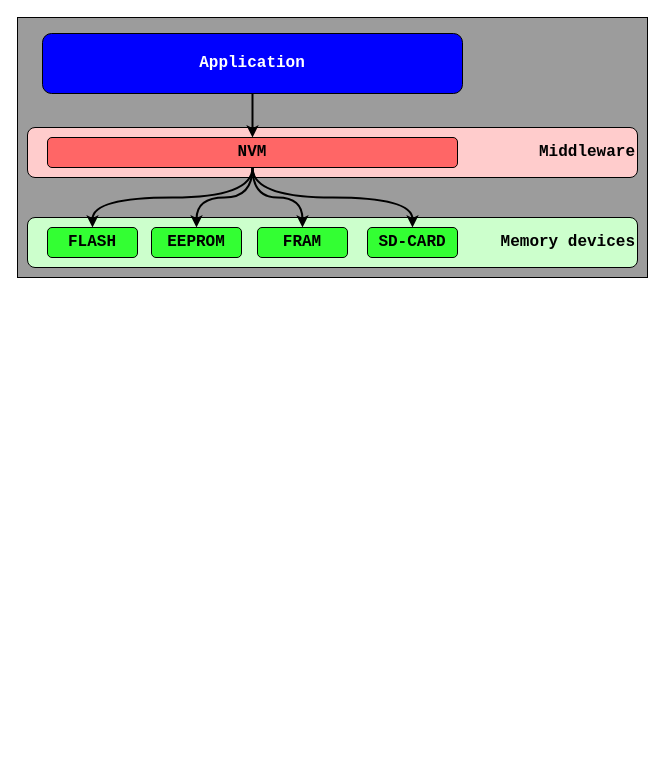
The draw.io diagram doc/nvm_diagrams.drawio in GeneralEmbeddedCLibraries/nvm, before the edit. Source tidied: cells renumbered, new cells numbered last; positions are measured from the earlier drawing's top-left corner, leaving out a move shared by most shapes. Both pictures are drawn from the tidied source at 100%, with x=0, y=0 at pixel (17, 17).
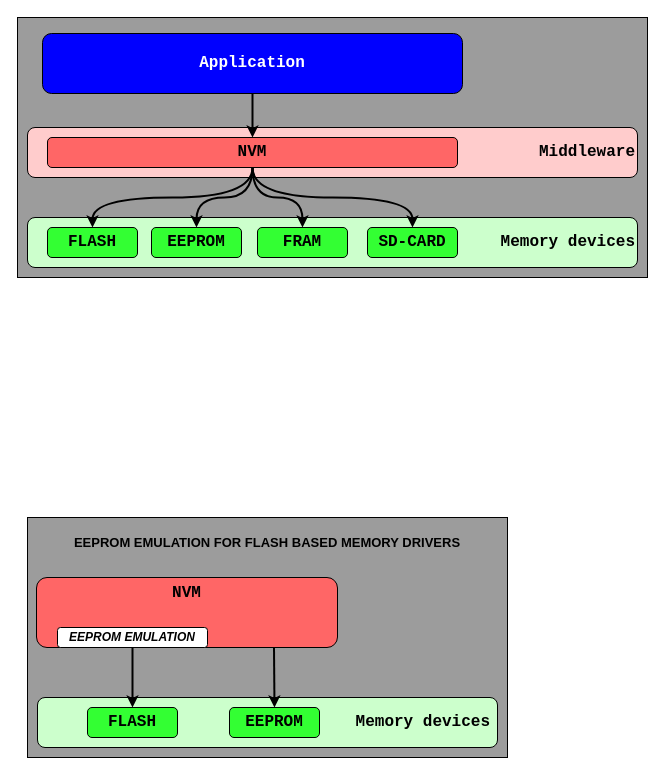
The same page after the edit.

Commit message (it also covers changes not shown here):
- updated readme - edded eeprom emulation technique to diagrams

What changed in the source:
```diff
@@
+    <mxCell id="18" style="group;" parent="1" vertex="1">
+      <mxGeometry x="10" y="500" width="480" height="240" as="geometry" />
+    </mxCell>
+    <mxCell id="19" style="rounded=0;whiteSpace=wrap;html=1;fontFamily=Courier New;fontSize=16;fontColor=#000000;fillColor=#9C9C9C;" parent="18" vertex="1">
+      <mxGeometry width="480" height="240" as="geometry" />
+    </mxCell>
+    <mxCell id="20" style="rounded=1;whiteSpace=wrap;html=1;fillColor=#CCFFCC;fontColor=#000000;fontStyle=1;fontFamily=Courier New;fontSize=16;" parent="18" vertex="1">
+      <mxGeometry x="10" y="180" width="460" height="50" as="geometry" />
+    </mxCell>
+    <mxCell id="21" value="NVM" style="rounded=1;whiteSpace=wrap;html=1;fillColor=#FF6666;fontColor=#000000;fontStyle=1;fontFamily=Courier New;fontSize=16;verticalAlign=top;" parent="18" vertex="1">
+      <mxGeometry x="9" y="60" width="301" height="70" as="geometry" />
+    </mxCell>
+    <mxCell id="22" value="EEPROM" style="rounded=1;whiteSpace=wrap;html=1;fillColor=#33FF33;fontColor=#000000;fontStyle=1;fontFamily=Courier New;fontSize=16;" parent="18" vertex="1">
+      <mxGeometry x="202" y="190" width="90" height="30" as="geometry" />
+    </mxCell>
+    <mxCell id="23" value="EEPROM EMULATION" style="rounded=1;whiteSpace=wrap;html=1;fontStyle=3;" parent="18" vertex="1">
+      <mxGeometry x="30" y="110" width="150" height="20" as="geometry" />
+    </mxCell>
+    <mxCell id="24" value="FLASH" style="rounded=1;whiteSpace=wrap;html=1;fillColor=#33FF33;fontColor=#000000;fontStyle=1;fontFamily=Courier New;fontSize=16;" parent="18" vertex="1">
+      <mxGeometry x="60" y="190" width="90" height="30" as="geometry" />
+    </mxCell>
+    <mxCell id="25" style="endArrow=none;html=1;rounded=0;fontFamily=Courier New;fontSize=16;fontColor=#000000;entryX=0.75;entryY=1;entryDx=0;entryDy=0;exitX=0.5;exitY=0;exitDx=0;exitDy=0;strokeWidth=2;startArrow=classic;startFill=1;" parent="18" edge="1" source="22">
+      <mxGeometry relative="1" as="geometry">
+        <mxPoint x="246.5" y="130" as="targetPoint" />
+      </mxGeometry>
+    </mxCell>
+    <mxCell id="26" style="endArrow=none;html=1;rounded=0;fontFamily=Courier New;fontSize=16;fontColor=#000000;entryX=0.5;entryY=1;entryDx=0;entryDy=0;exitX=0.5;exitY=0;exitDx=0;exitDy=0;strokeWidth=2;startArrow=classic;startFill=1;" parent="18" edge="1" source="24" target="23">
+      <mxGeometry relative="1" as="geometry" />
+    </mxCell>
+    <mxCell id="27" value="Memory devices" style="text;html=1;strokeColor=none;fillColor=none;align=right;verticalAlign=middle;whiteSpace=wrap;rounded=0;fontFamily=Courier New;fontSize=16;fontColor=#000000;fontStyle=1;" parent="18" vertex="1">
+      <mxGeometry x="305" y="190" width="160" height="30" as="geometry" />
+    </mxCell>
+    <mxCell id="28" value="EEPROM EMULATION FOR FLASH BASED MEMORY DRIVERS" style="text;html=1;strokeColor=none;fillColor=none;align=center;verticalAlign=middle;whiteSpace=wrap;rounded=0;fontStyle=1;fontColor=#000000;fontSize=13;" parent="18" vertex="1">
+      <mxGeometry width="480" height="50" as="geometry" />
+    </mxCell>
```
